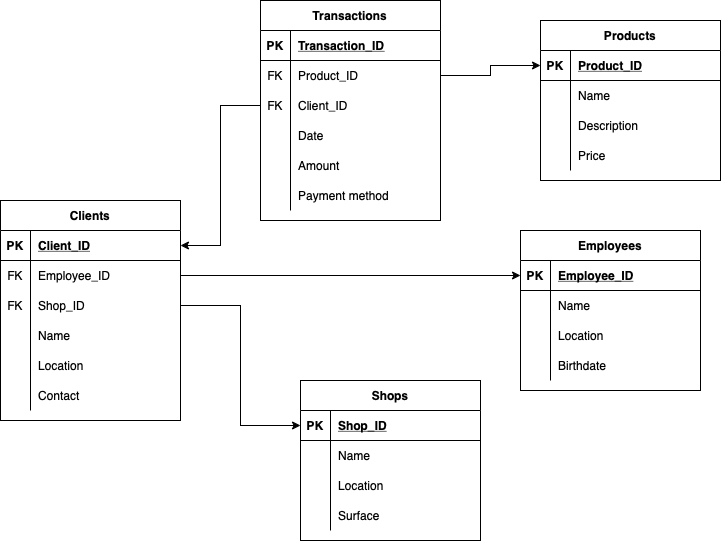
Above: Module01/Relational database diagram.drawio.png in eric-martinet/IRONLABS (draw.io), before the change. Source tidied: cells renumbered, new cells last; positions are measured from the earlier drawing's top-left corner, leaving out a move shared by most shapes.
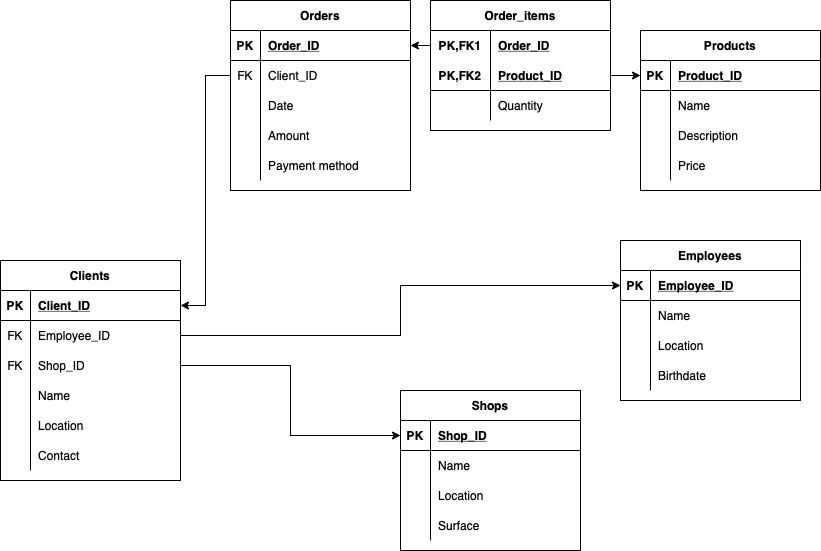
The same diagram one commit later.

Change to the diagram source:
```diff
@@ -3,7 +3,7 @@
     <mxCell id="0" />
     <mxCell id="1" parent="0" />
     <mxCell id="2" value="Clients" style="shape=table;startSize=30;rowLines=0;fontStyle=1;align=center;" parent="1" vertex="1">
-      <mxGeometry y="200" width="180" height="220" as="geometry" />
+      <mxGeometry x="-100" y="250" width="180" height="220" as="geometry" />
     </mxCell>
     <mxCell id="3" style="shape=tableRow;horizontal=0;startSize=0;swimlaneHead=0;swimlaneBody=0;fillColor=none;points=[[0,0.5],[1,0.5]];portConstraint=eastwest;top=0;left=0;right=0;bottom=1;" parent="2" vertex="1">
       <mxGeometry y="30" width="180" height="30" as="geometry" />
@@ -176,8 +176,8 @@
     <mxCell id="59" value="Surface" style="shape=partialRectangle;fillColor=none;top=0;left=0;bottom=0;right=0;align=left;spacingLeft=6;overflow=hidden;" parent="57" vertex="1">
       <mxGeometry x="30" width="150" height="30" as="geometry" />
     </mxCell>
-    <mxCell id="60" value="Transactions" style="shape=table;startSize=30;rowLines=0;fontStyle=1;align=center;strokeColor=default;" parent="1" vertex="1">
-      <mxGeometry x="260" width="180" height="220" as="geometry" />
+    <mxCell id="60" value="Orders" style="shape=table;startSize=30;rowLines=0;fontStyle=1;align=center;strokeColor=default;" parent="1" vertex="1">
+      <mxGeometry x="130" y="-10" width="180" height="190" as="geometry" />
     </mxCell>
     <mxCell id="61" style="shape=tableRow;horizontal=0;startSize=0;swimlaneHead=0;swimlaneBody=0;fillColor=none;points=[[0,0.5],[1,0.5]];portConstraint=eastwest;top=0;left=0;right=0;bottom=1;strokeColor=default;" parent="60" vertex="1">
       <mxGeometry y="30" width="180" height="30" as="geometry" />
@@ -185,20 +185,11 @@
     <mxCell id="62" value="PK" style="shape=partialRectangle;fillColor=none;top=0;left=0;bottom=0;right=0;fontStyle=1;overflow=hidden;strokeColor=default;" parent="61" vertex="1">
       <mxGeometry width="30" height="30" as="geometry" />
     </mxCell>
-    <mxCell id="63" value="Transaction_ID" style="shape=partialRectangle;fillColor=none;top=0;left=0;bottom=0;right=0;align=left;spacingLeft=6;fontStyle=5;overflow=hidden;strokeColor=default;" parent="61" vertex="1">
+    <mxCell id="63" value="Order_ID" style="shape=partialRectangle;fillColor=none;top=0;left=0;bottom=0;right=0;align=left;spacingLeft=6;fontStyle=5;overflow=hidden;strokeColor=default;" parent="61" vertex="1">
       <mxGeometry x="30" width="150" height="30" as="geometry" />
     </mxCell>
-    <mxCell id="64" style="shape=tableRow;horizontal=0;startSize=0;swimlaneHead=0;swimlaneBody=0;fillColor=none;points=[[0,0.5],[1,0.5]];portConstraint=eastwest;top=0;left=0;right=0;bottom=0;strokeColor=default;" parent="60" vertex="1">
-      <mxGeometry y="60" width="180" height="30" as="geometry" />
-    </mxCell>
-    <mxCell id="65" value="FK" style="shape=partialRectangle;fillColor=none;top=0;left=0;bottom=0;right=0;fontStyle=0;overflow=hidden;strokeColor=default;" parent="64" vertex="1">
-      <mxGeometry width="30" height="30" as="geometry" />
-    </mxCell>
-    <mxCell id="66" value="Product_ID" style="shape=partialRectangle;fillColor=none;top=0;left=0;bottom=0;right=0;align=left;spacingLeft=6;fontStyle=0;overflow=hidden;strokeColor=default;" parent="64" vertex="1">
-      <mxGeometry x="30" width="150" height="30" as="geometry" />
-    </mxCell>
     <mxCell id="67" style="shape=tableRow;horizontal=0;startSize=0;swimlaneHead=0;swimlaneBody=0;fillColor=none;points=[[0,0.5],[1,0.5]];portConstraint=eastwest;top=0;left=0;right=0;bottom=0;strokeColor=default;" parent="60" vertex="1">
-      <mxGeometry y="90" width="180" height="30" as="geometry" />
+      <mxGeometry y="60" width="180" height="30" as="geometry" />
     </mxCell>
     <mxCell id="68" value="FK" style="shape=partialRectangle;fillColor=none;top=0;left=0;bottom=0;right=0;fontStyle=0;overflow=hidden;strokeColor=default;" parent="67" vertex="1">
       <mxGeometry width="30" height="30" as="geometry" />
@@ -207,7 +198,7 @@
       <mxGeometry x="30" width="150" height="30" as="geometry" />
     </mxCell>
     <mxCell id="70" style="shape=tableRow;horizontal=0;startSize=0;swimlaneHead=0;swimlaneBody=0;fillColor=none;top=0;left=0;right=0;bottom=0;strokeColor=default;" parent="60" vertex="1">
-      <mxGeometry y="120" width="180" height="30" as="geometry" />
+      <mxGeometry y="90" width="180" height="30" as="geometry" />
     </mxCell>
     <mxCell id="71" style="shape=partialRectangle;fillColor=none;top=0;left=0;bottom=0;right=0;overflow=hidden;strokeColor=default;" parent="70" vertex="1">
       <mxGeometry width="30" height="30" as="geometry" />
@@ -216,7 +207,7 @@
       <mxGeometry x="30" width="150" height="30" as="geometry" />
     </mxCell>
     <mxCell id="73" style="shape=tableRow;horizontal=0;startSize=0;swimlaneHead=0;swimlaneBody=0;fillColor=none;top=0;left=0;right=0;bottom=0;strokeColor=default;" parent="60" vertex="1">
-      <mxGeometry y="150" width="180" height="30" as="geometry" />
+      <mxGeometry y="120" width="180" height="30" as="geometry" />
     </mxCell>
     <mxCell id="74" style="shape=partialRectangle;fillColor=none;top=0;left=0;bottom=0;right=0;overflow=hidden;strokeColor=default;" parent="73" vertex="1">
       <mxGeometry width="30" height="30" as="geometry" />
@@ -225,7 +216,7 @@
       <mxGeometry x="30" width="150" height="30" as="geometry" />
     </mxCell>
     <mxCell id="76" style="shape=tableRow;horizontal=0;startSize=0;swimlaneHead=0;swimlaneBody=0;fillColor=none;top=0;left=0;right=0;bottom=0;strokeColor=default;" parent="60" vertex="1">
-      <mxGeometry y="180" width="180" height="30" as="geometry" />
+      <mxGeometry y="150" width="180" height="30" as="geometry" />
     </mxCell>
     <mxCell id="77" style="shape=partialRectangle;fillColor=none;top=0;left=0;bottom=0;right=0;overflow=hidden;strokeColor=default;" parent="76" vertex="1">
       <mxGeometry width="30" height="30" as="geometry" />
@@ -239,11 +230,44 @@
     <mxCell id="80" style="edgeStyle=orthogonalEdgeStyle;rounded=0;jettySize=auto;html=1;exitX=1;exitY=0.5;exitDx=0;exitDy=0;entryX=0;entryY=0.5;entryDx=0;entryDy=0;" parent="1" edge="1" source="9" target="48">
       <mxGeometry relative="1" as="geometry" />
     </mxCell>
-    <mxCell id="81" style="edgeStyle=orthogonalEdgeStyle;rounded=0;jettySize=auto;html=1;exitX=1;exitY=0.5;exitDx=0;exitDy=0;entryX=0;entryY=0.5;entryDx=0;entryDy=0;" parent="1" edge="1" source="64" target="35">
-      <mxGeometry relative="1" as="geometry" />
-    </mxCell>
     <mxCell id="82" style="edgeStyle=orthogonalEdgeStyle;rounded=0;jettySize=auto;html=1;exitX=0;exitY=0.5;exitDx=0;exitDy=0;entryX=1;entryY=0.5;entryDx=0;entryDy=0;" parent="1" edge="1" source="67" target="3">
       <mxGeometry relative="1" as="geometry" />
     </mxCell>
+    <mxCell id="83" value="Order_items" style="shape=table;startSize=30;rowLines=0;fontStyle=1;align=center;" parent="1" vertex="1">
+      <mxGeometry x="330" y="-10" width="180" height="130" as="geometry" />
+    </mxCell>
+    <mxCell id="84" style="shape=tableRow;horizontal=0;startSize=0;swimlaneHead=0;swimlaneBody=0;fillColor=none;points=[[0,0.5],[1,0.5]];portConstraint=eastwest;top=0;left=0;right=0;bottom=0;" parent="83" vertex="1">
+      <mxGeometry y="30" width="180" height="30" as="geometry" />
+    </mxCell>
+    <mxCell id="85" value="PK,FK1" style="shape=partialRectangle;fillColor=none;top=0;left=0;bottom=0;right=0;fontStyle=1;overflow=hidden;" parent="84" vertex="1">
+      <mxGeometry width="60" height="30" as="geometry" />
+    </mxCell>
+    <mxCell id="86" value="Order_ID" style="shape=partialRectangle;fillColor=none;top=0;left=0;bottom=0;right=0;align=left;spacingLeft=6;fontStyle=5;overflow=hidden;" parent="84" vertex="1">
+      <mxGeometry x="60" width="120" height="30" as="geometry" />
+    </mxCell>
+    <mxCell id="87" style="shape=tableRow;horizontal=0;startSize=0;swimlaneHead=0;swimlaneBody=0;fillColor=none;points=[[0,0.5],[1,0.5]];portConstraint=eastwest;top=0;left=0;right=0;bottom=1;" parent="83" vertex="1">
+      <mxGeometry y="60" width="180" height="30" as="geometry" />
+    </mxCell>
+    <mxCell id="88" value="PK,FK2" style="shape=partialRectangle;fillColor=none;top=0;left=0;bottom=0;right=0;fontStyle=1;overflow=hidden;" parent="87" vertex="1">
+      <mxGeometry width="60" height="30" as="geometry" />
+    </mxCell>
+    <mxCell id="66" value="Product_ID" style="shape=partialRectangle;fillColor=none;top=0;left=0;bottom=0;right=0;align=left;spacingLeft=6;fontStyle=5;overflow=hidden;" parent="87" vertex="1">
+      <mxGeometry x="60" width="120" height="30" as="geometry" />
+    </mxCell>
+    <mxCell id="89" style="shape=tableRow;horizontal=0;startSize=0;swimlaneHead=0;swimlaneBody=0;fillColor=none;top=0;left=0;right=0;bottom=0;" parent="83" vertex="1">
+      <mxGeometry y="90" width="180" height="30" as="geometry" />
+    </mxCell>
+    <mxCell id="90" style="shape=partialRectangle;fillColor=none;top=0;left=0;bottom=0;right=0;overflow=hidden;" parent="89" vertex="1">
+      <mxGeometry width="60" height="30" as="geometry" />
+    </mxCell>
+    <mxCell id="91" value="Quantity" style="shape=partialRectangle;fillColor=none;top=0;left=0;bottom=0;right=0;align=left;spacingLeft=6;overflow=hidden;" parent="89" vertex="1">
+      <mxGeometry x="60" width="120" height="30" as="geometry" />
+    </mxCell>
+    <mxCell id="92" style="edgeStyle=orthogonalEdgeStyle;rounded=0;jettySize=auto;html=1;exitX=1;exitY=0.5;exitDx=0;exitDy=0;entryX=0;entryY=0.5;entryDx=0;entryDy=0;" parent="1" edge="1" source="87" target="35">
+      <mxGeometry relative="1" as="geometry" />
+    </mxCell>
+    <mxCell id="93" style="edgeStyle=orthogonalEdgeStyle;rounded=0;jettySize=auto;html=1;exitX=0;exitY=0.5;exitDx=0;exitDy=0;entryX=1;entryY=0.5;entryDx=0;entryDy=0;" parent="1" edge="1" source="84" target="61">
+      <mxGeometry relative="1" as="geometry" />
+    </mxCell>
   </root>
 </mxGraphModel>
```
